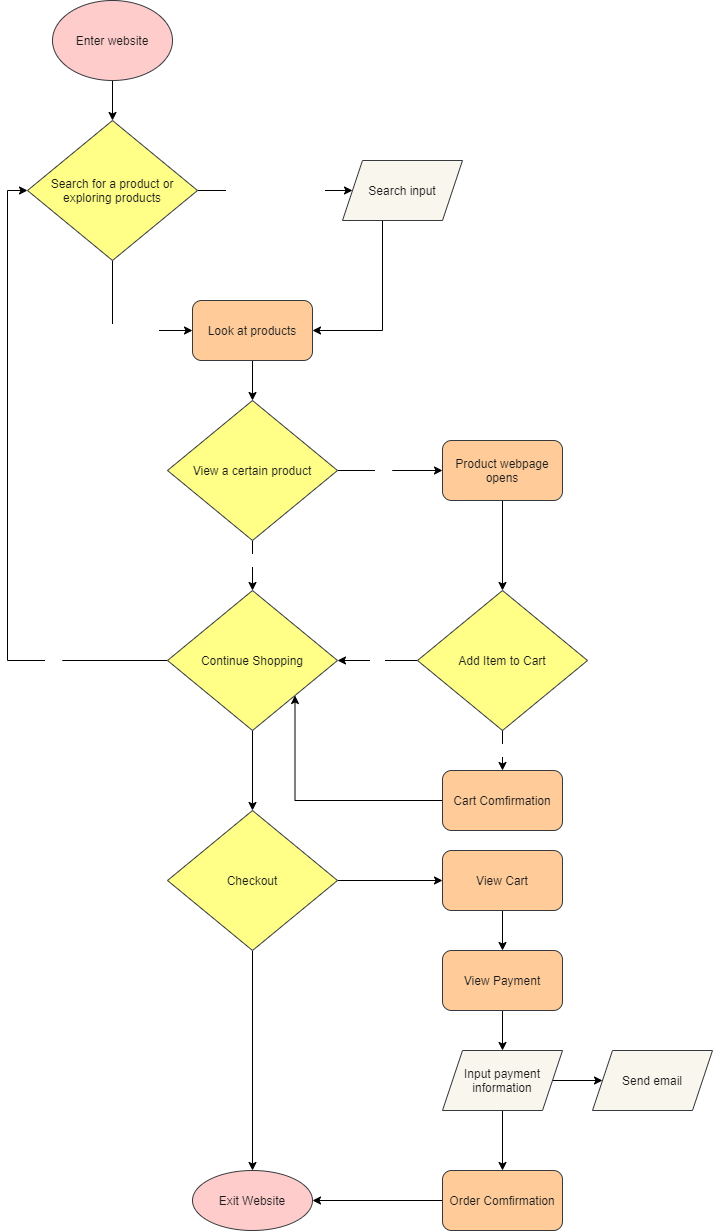
Fhuynh1/fa21-cse110-lab4 keeps this draw.io diagram as explore/diagramming/diagram.drawio.png. Above is the earlier version. Source tidied: cells renumbered, new cells last; positions are measured from the earlier drawing's top-left corner, leaving out a move shared by most shapes.
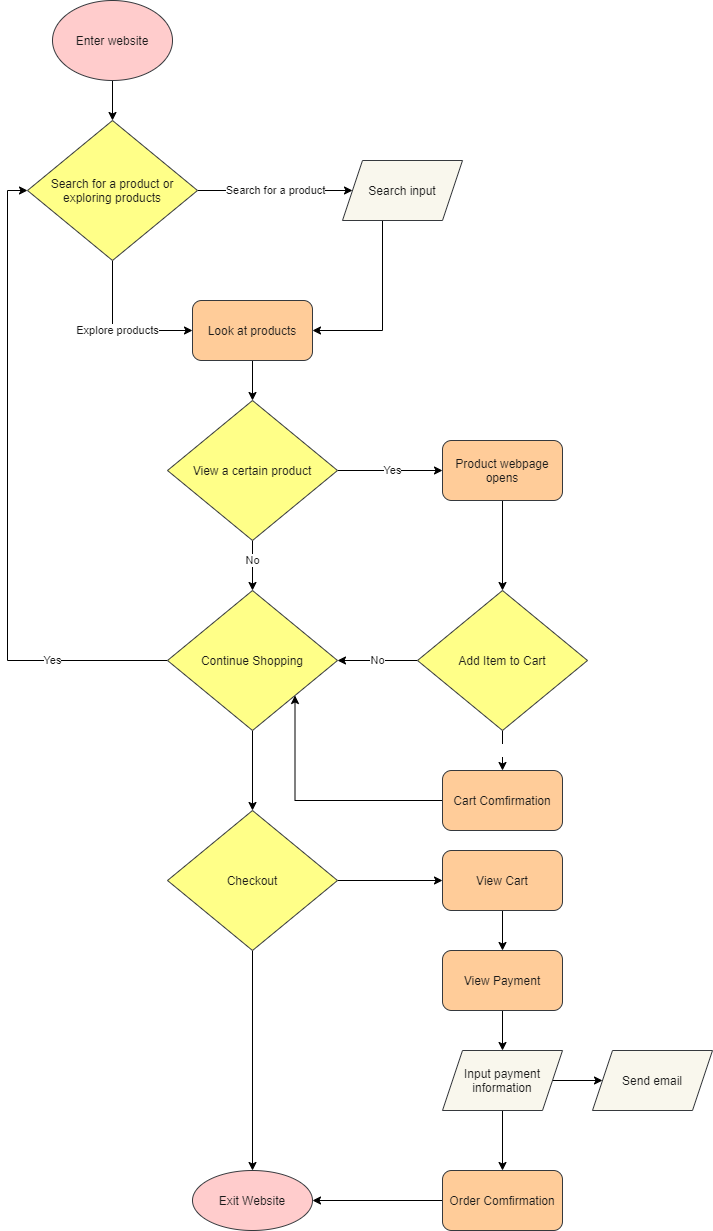
After the commit.

What changed in the source:
```diff
@@ -8,10 +8,15 @@
     <mxCell id="3" value="&lt;font color=&quot;#1a1a1a&quot;&gt;Enter website&lt;/font&gt;" style="ellipse;whiteSpace=wrap;html=1;fillColor=#ffcccc;strokeColor=#36393d;" parent="1" vertex="1">
       <mxGeometry x="45" width="120" height="80" as="geometry" />
     </mxCell>
-    <mxCell id="4" value="&lt;font color=&quot;#ffffff&quot;&gt;Search for a product&lt;/font&gt;" style="edgeStyle=orthogonalEdgeStyle;rounded=0;jettySize=auto;html=1;fontColor=#1A1A1A;" parent="1" edge="1" source="6" target="8">
-      <mxGeometry relative="1" as="geometry" />
+    <mxCell id="4" value="Search for a product" style="edgeStyle=orthogonalEdgeStyle;rounded=0;jettySize=auto;html=1;fontColor=#1A1A1A;" parent="1" edge="1" source="6" target="8">
+      <mxGeometry relative="1" as="geometry">
+        <Array as="points">
+          <mxPoint x="305" y="190" />
+          <mxPoint x="305" y="190" />
+        </Array>
+      </mxGeometry>
     </mxCell>
-    <mxCell id="5" value="&lt;font color=&quot;#ffffff&quot;&gt;Explore products&lt;/font&gt;" style="edgeStyle=orthogonalEdgeStyle;rounded=0;jettySize=auto;html=1;entryX=0;entryY=0.5;entryDx=0;entryDy=0;fontColor=#1A1A1A;" parent="1" edge="1" source="6" target="10">
+    <mxCell id="5" value="Explore products" style="edgeStyle=orthogonalEdgeStyle;rounded=0;jettySize=auto;html=1;entryX=0;entryY=0.5;entryDx=0;entryDy=0;fontColor=#1A1A1A;" parent="1" edge="1" source="6" target="10">
       <mxGeometry relative="1" as="geometry" />
     </mxCell>
     <mxCell id="6" value="Search for a product or exploring products" style="rhombus;whiteSpace=wrap;html=1;fillColor=#ffff88;strokeColor=#36393d;fontColor=#1A1A1A;" parent="1" vertex="1">
@@ -38,12 +43,12 @@
         <mxPoint x="435" y="470" as="targetPoint" />
       </mxGeometry>
     </mxCell>
-    <mxCell id="12" value="&lt;font color=&quot;#ffffff&quot;&gt;Yes&lt;/font&gt;" style="edgeLabel;html=1;align=center;verticalAlign=middle;fontColor=#1A1A1A;" parent="11" vertex="1">
+    <mxCell id="12" value="Yes" style="edgeLabel;html=1;align=center;verticalAlign=middle;fontColor=#1A1A1A;" parent="11" vertex="1">
       <mxGeometry x="0.24" y="-2" relative="1" as="geometry">
-        <mxPoint x="-20" y="-2" as="offset" />
+        <mxPoint x="-10" y="-2" as="offset" />
       </mxGeometry>
     </mxCell>
-    <mxCell id="13" value="&lt;font color=&quot;#ffffff&quot;&gt;No&lt;/font&gt;" style="edgeStyle=orthogonalEdgeStyle;rounded=0;jettySize=auto;html=1;fontColor=#1A1A1A;" parent="1" edge="1" source="14" target="20">
+    <mxCell id="13" value="No" style="edgeStyle=orthogonalEdgeStyle;rounded=0;jettySize=auto;html=1;fontColor=#1A1A1A;" parent="1" edge="1" source="14" target="20">
       <mxGeometry x="-0.2" relative="1" as="geometry" />
     </mxCell>
     <mxCell id="14" value="View a certain product" style="rhombus;whiteSpace=wrap;html=1;fillColor=#ffff88;strokeColor=#36393d;fontColor=#1A1A1A;" parent="1" vertex="1">
@@ -63,7 +68,7 @@
         </Array>
       </mxGeometry>
     </mxCell>
-    <mxCell id="18" value="&lt;font color=&quot;#ffffff&quot;&gt;Yes&lt;/font&gt;" style="edgeLabel;html=1;align=center;verticalAlign=middle;fontColor=#1A1A1A;" parent="17" vertex="1">
+    <mxCell id="18" value="&lt;font&gt;Yes&lt;/font&gt;" style="edgeLabel;html=1;align=center;verticalAlign=middle;fontColor=#1A1A1A;" parent="17" vertex="1">
       <mxGeometry x="-0.64" y="-8" relative="1" as="geometry">
         <mxPoint x="3" y="8" as="offset" />
       </mxGeometry>
@@ -74,7 +79,7 @@
     <mxCell id="20" value="Continue Shopping" style="rhombus;whiteSpace=wrap;html=1;fillColor=#ffff88;strokeColor=#36393d;fontColor=#1A1A1A;" parent="1" vertex="1">
       <mxGeometry x="160" y="590" width="170" height="140" as="geometry" />
     </mxCell>
-    <mxCell id="21" value="No" style="edgeStyle=orthogonalEdgeStyle;rounded=0;jettySize=auto;html=1;fontColor=#FFFFFF;" parent="1" edge="1" source="24" target="20">
+    <mxCell id="21" value="&lt;font color=&quot;#1a1a1a&quot;&gt;No&lt;/font&gt;" style="edgeStyle=orthogonalEdgeStyle;rounded=0;jettySize=auto;html=1;fontColor=#FFFFFF;" parent="1" edge="1" source="24" target="20">
       <mxGeometry relative="1" as="geometry">
         <Array as="points">
           <mxPoint x="375" y="660" />
```
